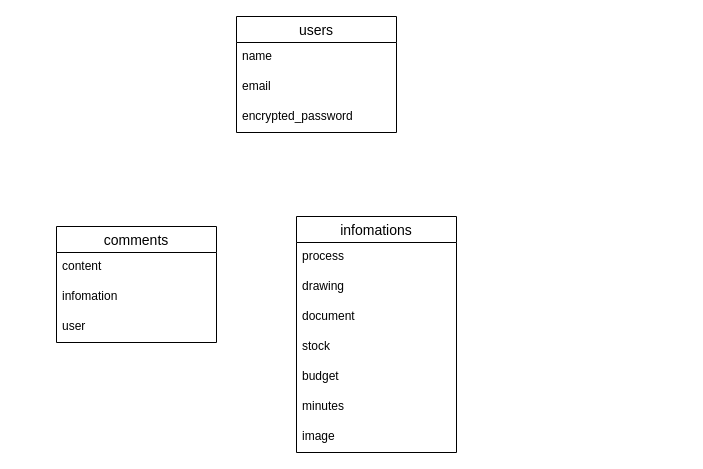
Earlier version of the draw.io diagram monozukuri_manegement.dio (matsumotoyousuke/monozukuri_management). Source tidied: cells renumbered, new cells numbered last; positions are measured from the earlier drawing's top-left corner, leaving out a move shared by most shapes. Both pictures are drawn from the tidied source at 100%, with x=0, y=0 at pixel (56, 16).
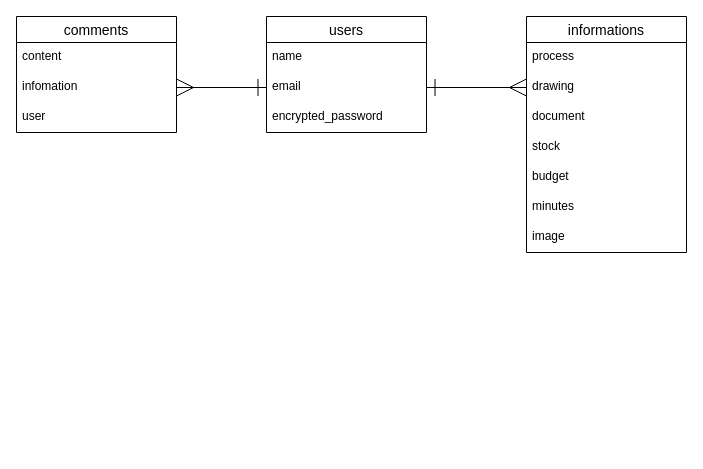
Above is the later version.

Commit message (it also covers changes not shown here):
DB設計 ER図作成（２）

The edit, as a diff of the source:
```diff
@@
 <mxGraphModel>
   <root>
     <mxCell id="0" />
     <mxCell id="1" parent="0" />
     <mxCell id="2" value="users" style="swimlane;fontStyle=0;horizontal=1;startSize=26;align=center;fontSize=14;" parent="1" vertex="1">
-      <mxGeometry x="180" width="160" height="116" as="geometry" />
+      <mxGeometry x="210" width="160" height="116" as="geometry" />
     </mxCell>
     <mxCell id="3" value="name" style="text;strokeColor=none;fillColor=none;spacingLeft=4;spacingRight=4;overflow=hidden;fontSize=12;" parent="2" vertex="1">
       <mxGeometry y="26" width="160" height="30" as="geometry" />
     </mxCell>
     <mxCell id="4" value="email" style="text;strokeColor=none;fillColor=none;spacingLeft=4;spacingRight=4;overflow=hidden;points=[[0,0.5],[1,0.5]];portConstraint=eastwest;fontSize=12;" parent="2" vertex="1">
       <mxGeometry y="56" width="160" height="30" as="geometry" />
     </mxCell>
     <mxCell id="5" value="encrypted_password" style="text;strokeColor=none;fillColor=none;spacingLeft=4;spacingRight=4;overflow=hidden;fontSize=12;" parent="2" vertex="1">
       <mxGeometry y="86" width="160" height="30" as="geometry" />
     </mxCell>
     <mxCell id="6" value="comments" style="swimlane;fontStyle=0;horizontal=1;startSize=26;align=center;fontSize=14;" parent="1" vertex="1">
-      <mxGeometry y="210" width="160" height="116" as="geometry" />
+      <mxGeometry x="-40" width="160" height="116" as="geometry" />
     </mxCell>
     <mxCell id="7" value="content" style="text;strokeColor=none;fillColor=none;spacingLeft=4;spacingRight=4;overflow=hidden;fontSize=12;" parent="6" vertex="1">
       <mxGeometry y="26" width="160" height="30" as="geometry" />
     </mxCell>
     <mxCell id="8" value="infomation" style="text;strokeColor=none;fillColor=none;spacingLeft=4;spacingRight=4;overflow=hidden;points=[[0,0.5],[1,0.5]];portConstraint=eastwest;fontSize=12;" parent="6" vertex="1">
       <mxGeometry y="56" width="160" height="30" as="geometry" />
     </mxCell>
     <mxCell id="9" value="user" style="text;strokeColor=none;fillColor=none;spacingLeft=4;spacingRight=4;overflow=hidden;fontSize=12;" parent="6" vertex="1">
       <mxGeometry y="86" width="160" height="30" as="geometry" />
     </mxCell>
-    <mxCell id="10" value="infomations" style="swimlane;fontStyle=0;horizontal=1;startSize=26;align=center;fontSize=14;" parent="1" vertex="1">
-      <mxGeometry x="240" y="200" width="160" height="236" as="geometry" />
+    <mxCell id="10" value="informations" style="swimlane;fontStyle=0;horizontal=1;startSize=26;align=center;fontSize=14;" parent="1" vertex="1">
+      <mxGeometry x="470" width="160" height="236" as="geometry" />
     </mxCell>
     <mxCell id="11" value="process" style="text;strokeColor=none;fillColor=none;spacingLeft=4;spacingRight=4;overflow=hidden;fontSize=12;" parent="10" vertex="1">
       <mxGeometry y="26" width="160" height="30" as="geometry" />
     </mxCell>
     <mxCell id="12" value="drawing" style="text;strokeColor=none;fillColor=none;spacingLeft=4;spacingRight=4;overflow=hidden;points=[[0,0.5],[1,0.5]];portConstraint=eastwest;fontSize=12;" parent="10" vertex="1">
       <mxGeometry y="56" width="160" height="30" as="geometry" />
     </mxCell>
     <mxCell id="13" value="document" style="text;strokeColor=none;fillColor=none;spacingLeft=4;spacingRight=4;overflow=hidden;fontSize=12;" parent="10" vertex="1">
       <mxGeometry y="86" width="160" height="30" as="geometry" />
     </mxCell>
     <mxCell id="14" value="stock" style="text;strokeColor=none;fillColor=none;spacingLeft=4;spacingRight=4;overflow=hidden;fontSize=12;" parent="10" vertex="1">
       <mxGeometry y="116" width="160" height="30" as="geometry" />
     </mxCell>
     <mxCell id="15" value="budget" style="text;strokeColor=none;fillColor=none;spacingLeft=4;spacingRight=4;overflow=hidden;fontSize=12;" parent="10" vertex="1">
       <mxGeometry y="146" width="160" height="30" as="geometry" />
     </mxCell>
     <mxCell id="16" value="minutes" style="text;strokeColor=none;fillColor=none;spacingLeft=4;spacingRight=4;overflow=hidden;fontSize=12;" parent="10" vertex="1">
       <mxGeometry y="176" width="160" height="30" as="geometry" />
     </mxCell>
     <mxCell id="17" value="image" style="text;strokeColor=none;fillColor=none;spacingLeft=4;spacingRight=4;overflow=hidden;fontSize=12;" parent="10" vertex="1">
       <mxGeometry y="206" width="160" height="30" as="geometry" />
     </mxCell>
+    <mxCell id="18" style="edgeStyle=none;html=1;exitX=0;exitY=0.5;exitDx=0;exitDy=0;entryX=1;entryY=0.5;entryDx=0;entryDy=0;startArrow=ERone;startFill=0;endArrow=ERmany;endFill=0;endSize=15;startSize=15;" parent="1" edge="1" source="4" target="8">
+      <mxGeometry relative="1" as="geometry" />
+    </mxCell>
+    <mxCell id="19" style="edgeStyle=none;html=1;exitX=1;exitY=0.5;exitDx=0;exitDy=0;entryX=0;entryY=0.5;entryDx=0;entryDy=0;startArrow=ERone;startFill=0;endArrow=ERmany;endFill=0;startSize=15;endSize=15;" parent="1" edge="1" source="4" target="12">
+      <mxGeometry relative="1" as="geometry" />
+    </mxCell>
   </root>
 </mxGraphModel>
```
